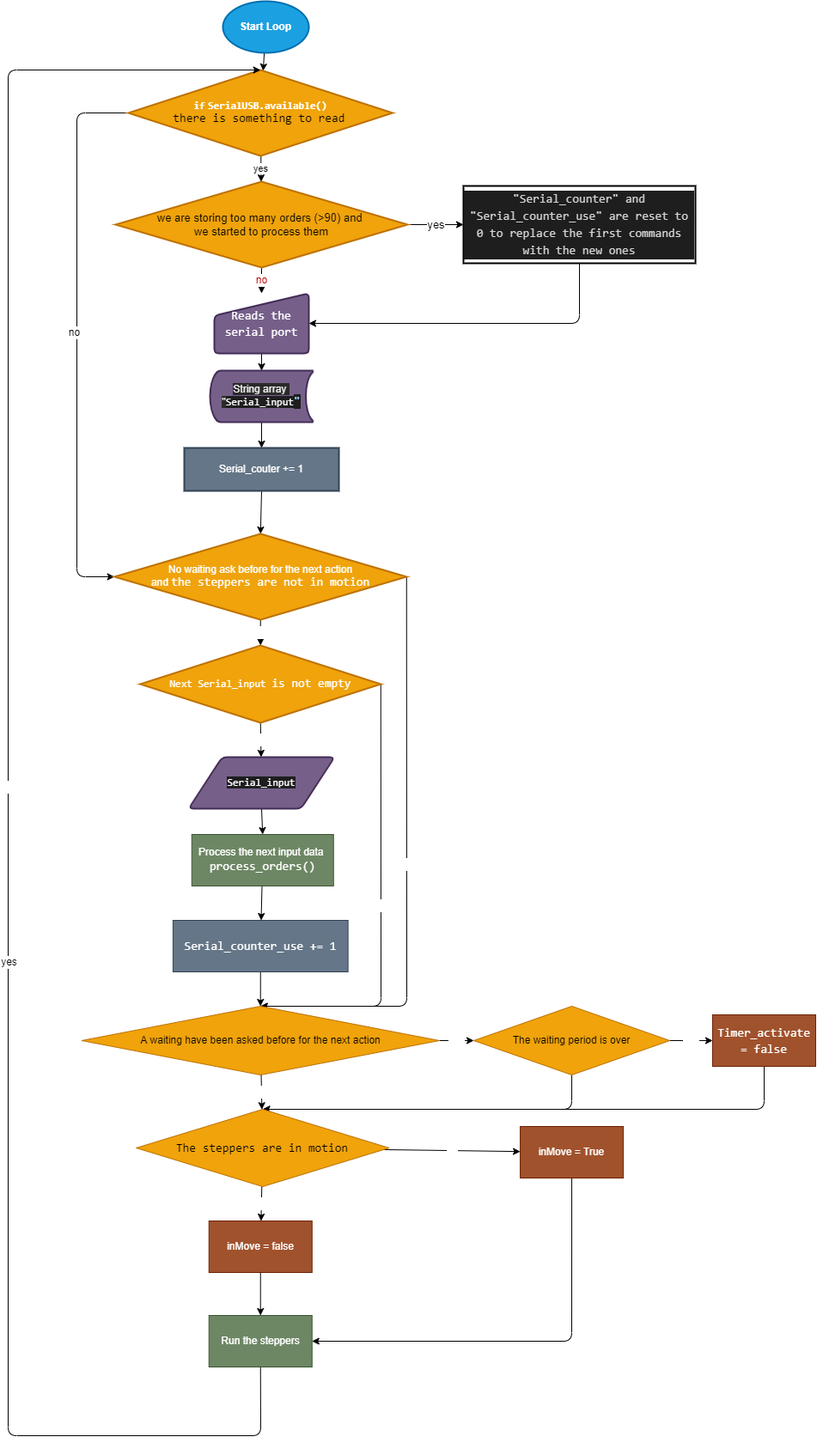
Above: Flow charts/main_loop.png in Thibault-GILLARD/Blue_Robot_2022 (draw.io), before the change. Source tidied: cells renumbered, new cells last; positions are measured from the earlier drawing's top-left corner, leaving out a move shared by most shapes.
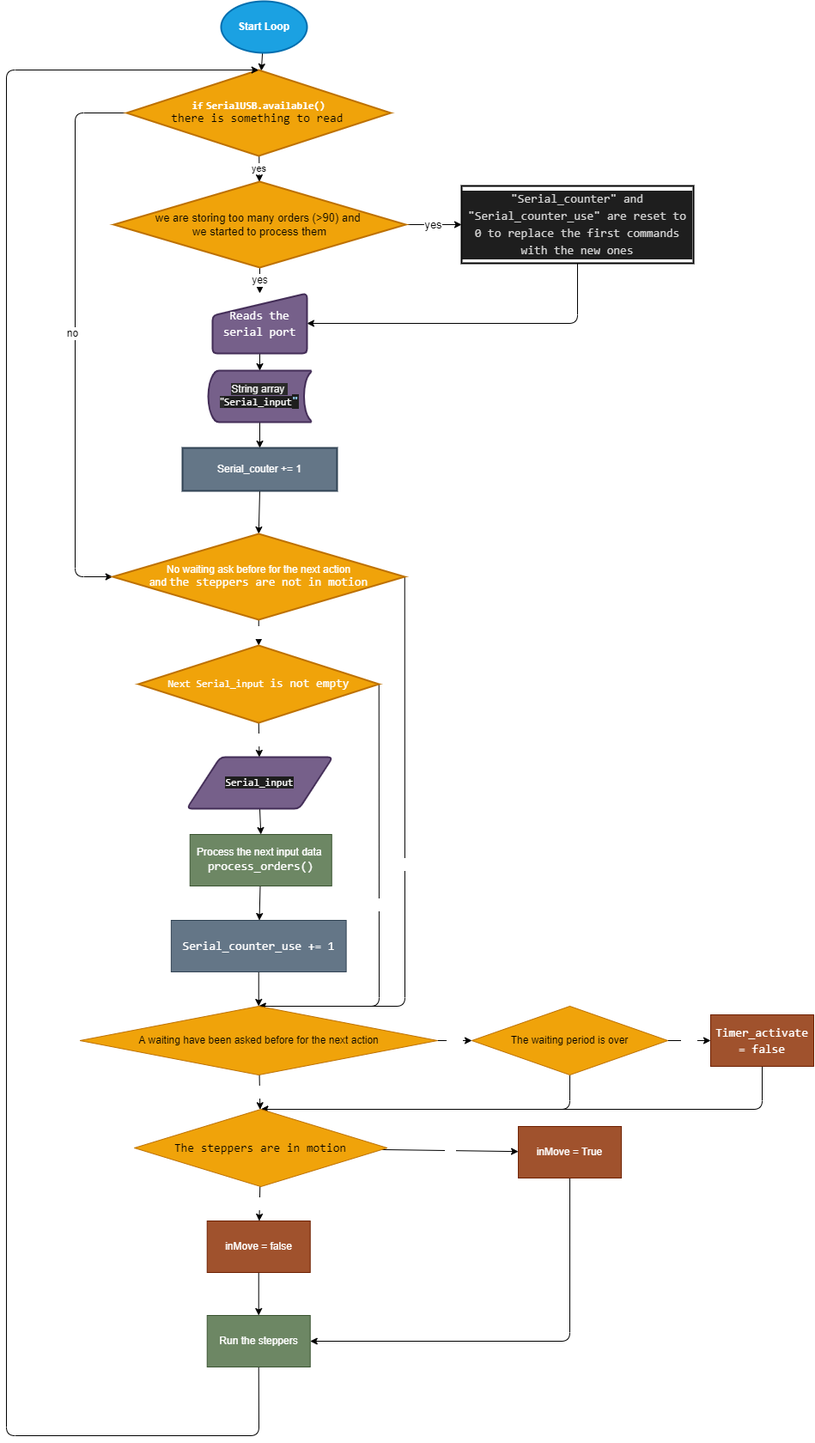
The same diagram one commit later.

What changed in the source:
```diff
@@ -28,9 +28,9 @@
     <mxCell id="8" value="yes" style="edgeStyle=none;html=1;exitX=1;exitY=0.5;exitDx=0;exitDy=0;entryX=0;entryY=0.5;entryDx=0;entryDy=0;fontSize=13;" parent="1" edge="1" source="10" target="12">
       <mxGeometry relative="1" as="geometry" />
     </mxCell>
-    <mxCell id="9" value="&lt;font color=&quot;rgba(0, 0, 0, 0)&quot;&gt;no&lt;/font&gt;" style="edgeStyle=none;html=1;exitX=0.5;exitY=1;exitDx=0;exitDy=0;entryX=0.5;entryY=0;entryDx=0;entryDy=0;fontSize=12;fontColor=#FFFFFF;" parent="1" edge="1" source="10" target="18">
-      <mxGeometry relative="1" as="geometry" />
-    </mxCell>
+    <mxCell id="47" value="yes" style="edgeStyle=none;html=1;exitX=0.5;exitY=1;exitDx=0;exitDy=0;entryX=0.5;entryY=0;entryDx=0;entryDy=0;fontSize=12;fontColor=default;" parent="1" edge="1" source="10" target="18">
+      <mxGeometry relative="1" as="geometry" />
+    </mxCell>
     <mxCell id="10" value="&lt;font style=&quot;font-size: 13px&quot;&gt;we are storing too many orders (&amp;gt;90)&amp;nbsp;and &lt;br&gt;we started to process them&lt;/font&gt;" style="rhombus;whiteSpace=wrap;html=1;strokeWidth=2;fillColor=#f0a30a;fontColor=#000000;strokeColor=#BD7000;" parent="1" vertex="1">
       <mxGeometry x="125" y="210" width="340" height="100" as="geometry" />
     </mxCell>
@@ -163,7 +163,7 @@
     <mxCell id="45" value="inMove = True" style="whiteSpace=wrap;html=1;fontColor=#ffffff;rounded=0;shadow=0;labelBackgroundColor=none;fillColor=#a0522d;strokeColor=#6D1F00;" parent="1" vertex="1">
       <mxGeometry x="596.1" y="1310" width="120" height="60" as="geometry" />
     </mxCell>
-    <mxCell id="46" value="yes" style="edgeStyle=none;html=1;exitX=0.5;exitY=1;exitDx=0;exitDy=0;fontSize=12;fontColor=#FFFFFF;entryX=0.5;entryY=0;entryDx=0;entryDy=0;" parent="1" edge="1" source="48" target="7">
+    <mxCell id="46" style="edgeStyle=none;html=1;exitX=0.5;exitY=1;exitDx=0;exitDy=0;fontSize=12;fontColor=#FFFFFF;entryX=0.5;entryY=0;entryDx=0;entryDy=0;" parent="1" edge="1" source="48" target="7">
       <mxGeometry relative="1" as="geometry">
         <Array as="points">
           <mxPoint x="294" y="1670" />
@@ -172,9 +172,6 @@
         </Array>
       </mxGeometry>
     </mxCell>
-    <mxCell id="47" value="yes" style="edgeLabel;html=1;align=center;verticalAlign=middle;fontSize=12;fontColor=default;" parent="46" vertex="1">
-      <mxGeometry x="-0.18" relative="1" as="geometry" />
-    </mxCell>
     <mxCell id="48" value="Run the steppers" style="whiteSpace=wrap;html=1;fontColor=#ffffff;rounded=0;shadow=0;labelBackgroundColor=none;fillColor=#6d8764;strokeColor=#3A5431;" parent="1" vertex="1">
       <mxGeometry x="233.7" y="1530" width="120" height="60" as="geometry" />
     </mxCell>
```
